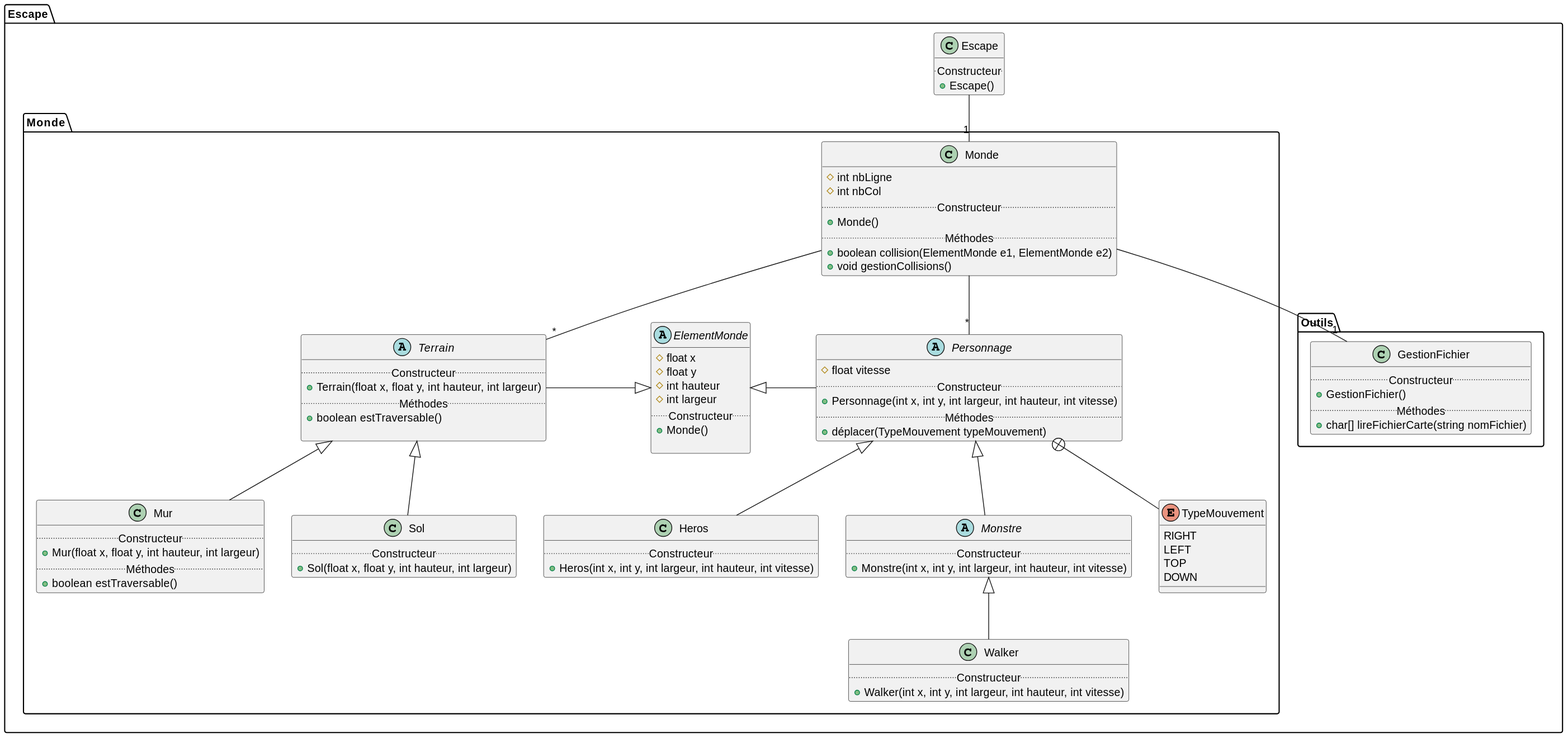
victord54/escape keeps this PlantUML diagram as docs/sprints/0/uml/class-diagram.svg. Above is the earlier version. Its diagram source:
```plantuml
@startuml
package Escape{

  package Monde {
    abstract class ElementMonde {
      # float x
      # float y
      # int hauteur
      # int largeur
      ..Constructeur..
      + Monde()

    }
    abstract class Terrain {
      ..Constructeur..
      + Terrain(float x, float y, int hauteur, int largeur)
      ..Méthodes..
      + boolean estTraversable()

    }

    class Mur {
      ..Constructeur..
      + Mur(float x, float y, int hauteur, int largeur)
      ..Méthodes..
      + boolean estTraversable()
    }

    class Sol{
    ..Constructeur..
    + Sol(float x, float y, int hauteur, int largeur)
    }


    abstract class Personnage {
      # float vitesse
      ..Constructeur..
      + Personnage(int x, int y, int largeur, int hauteur, int vitesse)
      ..Méthodes..
      + déplacer(TypeMouvement typeMouvement)
    }

    enum TypeMouvement{
        RIGHT
        LEFT
        TOP
        DOWN
    }

    class Heros {
      ..Constructeur..
      + Heros(int x, int y, int largeur, int hauteur, int vitesse)
    }

    abstract class Monstre {
      ..Constructeur..
      + Monstre(int x, int y, int largeur, int hauteur, int vitesse)
    }

    class Walker{
      ..Constructeur..
      + Walker(int x, int y, int largeur, int hauteur, int vitesse)
    }

    class Monde{
      # int nbLigne
      # int nbCol
      ..Constructeur..
      + Monde()
      ..Méthodes..
      + boolean collision(ElementMonde e1, ElementMonde e2)
      + void gestionCollisions()
    }
  }

  class Escape {
    ..Constructeur..
    + Escape()
  }

  package Outils {
    class GestionFichier {
        ..Constructeur..
        + GestionFichier()
        ..Méthodes..
        + char[] lireFichierCarte(string nomFichier)
    }
  }
}

Escape.Escape -- "1" Escape.Monde.Monde
Personnage -left-|> ElementMonde
Heros -up-|> Personnage
Monstre -up-|> Personnage
Walker -up-|> Monstre

Terrain -right-|> ElementMonde
Mur -up-|> Terrain
Sol -up-|> Terrain


Escape.Monde.Monde -- "*" Personnage
Escape.Monde.Monde -- "*" Terrain


Escape.Monde.Monde -- "1" GestionFichier

Personnage +-- TypeMouvement
@enduml
```
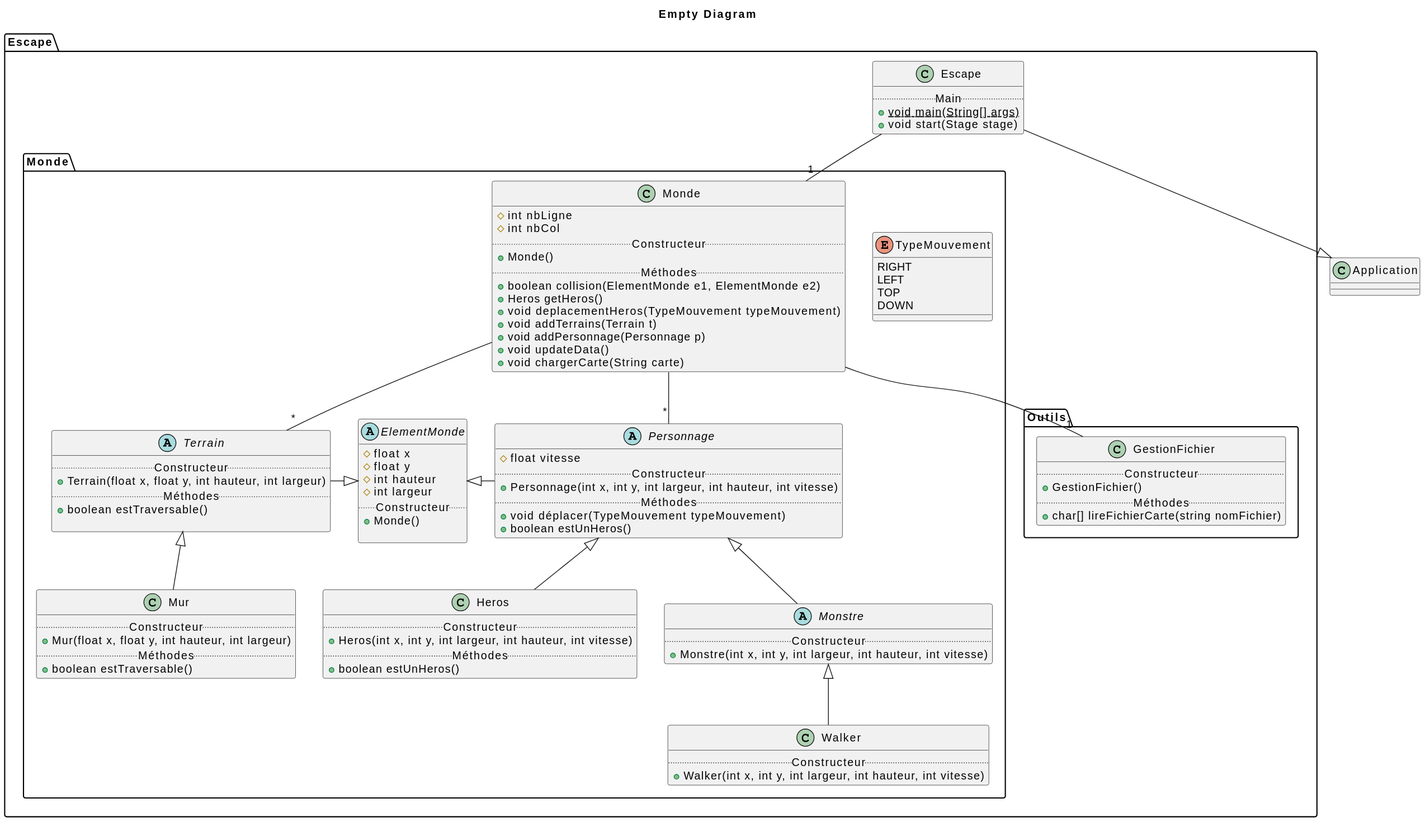
Above is the later version.

Commit message:
Update du diagramme UML + reformat

Change to the diagram source:
```diff
@@ -1,4 +1,6 @@
 @startuml
+title Empty Diagram
+
 package Escape{
 
   package Monde {
@@ -26,18 +28,14 @@
       + boolean estTraversable()
     }
 
-    class Sol{
-    ..Constructeur..
-    + Sol(float x, float y, int hauteur, int largeur)
-    }
-
 
     abstract class Personnage {
       # float vitesse
       ..Constructeur..
       + Personnage(int x, int y, int largeur, int hauteur, int vitesse)
       ..Méthodes..
-      + déplacer(TypeMouvement typeMouvement)
+      + void déplacer(TypeMouvement typeMouvement)
+      + boolean estUnHeros()
     }
 
     enum TypeMouvement{
@@ -50,6 +48,8 @@
     class Heros {
       ..Constructeur..
       + Heros(int x, int y, int largeur, int hauteur, int vitesse)
+      ..Méthodes..
+      + boolean estUnHeros()
     }
 
     abstract class Monstre {
@@ -57,25 +57,31 @@
       + Monstre(int x, int y, int largeur, int hauteur, int vitesse)
     }
 
-    class Walker{
+    class Walker {
       ..Constructeur..
       + Walker(int x, int y, int largeur, int hauteur, int vitesse)
     }
 
-    class Monde{
+    class Monde {
       # int nbLigne
       # int nbCol
       ..Constructeur..
       + Monde()
       ..Méthodes..
       + boolean collision(ElementMonde e1, ElementMonde e2)
-      + void gestionCollisions()
+      + Heros getHeros()
+      + void deplacementHeros(TypeMouvement typeMouvement)
+      + void addTerrains(Terrain t)
+      + void addPersonnage(Personnage p)
+      + void updateData()
+      + void chargerCarte(String carte)
     }
   }
 
   class Escape {
-    ..Constructeur..
-    + Escape()
+    ..Main..
+    + {static} void main(String[] args)
+    + void start(Stage stage)
   }
 
   package Outils {
@@ -88,6 +94,8 @@
   }
 }
 
+class Application
+
 Escape.Escape -- "1" Escape.Monde.Monde
 Personnage -left-|> ElementMonde
 Heros -up-|> Personnage
@@ -96,7 +104,7 @@
 
 Terrain -right-|> ElementMonde
 Mur -up-|> Terrain
-Sol -up-|> Terrain
+Escape.Escape --|> Application
 
 
 Escape.Monde.Monde -- "*" Personnage
@@ -104,6 +112,4 @@
 
 
 Escape.Monde.Monde -- "1" GestionFichier
-
-Personnage +-- TypeMouvement
 @enduml
```
